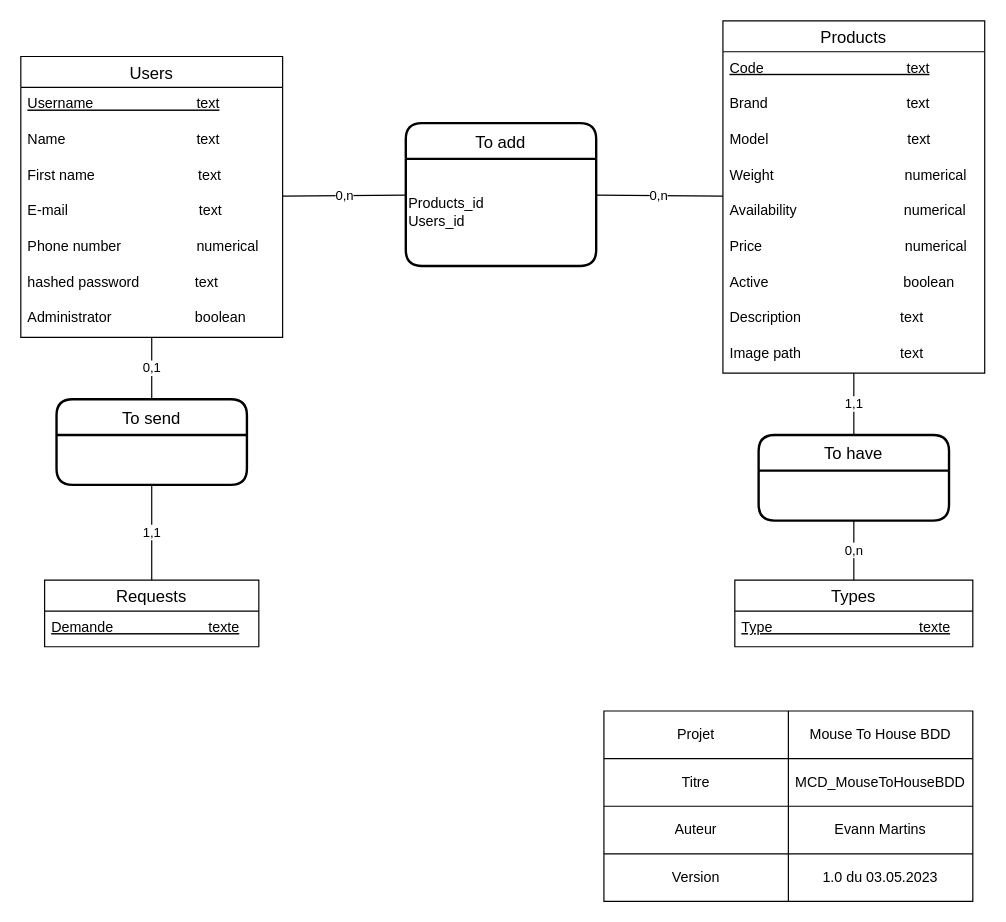
Above: Documentation/Annexe/MCD_MouseToHouseBDD.drawio in AlexMargotCPNV/Mouse-to-House-BDD (draw.io), before the change. Source tidied: cells renumbered, new cells numbered last; positions are measured from the earlier drawing's top-left corner, leaving out a move shared by most shapes. Both pictures are drawn from the tidied source at 119%, with x=0, y=0 at pixel (20, 20).
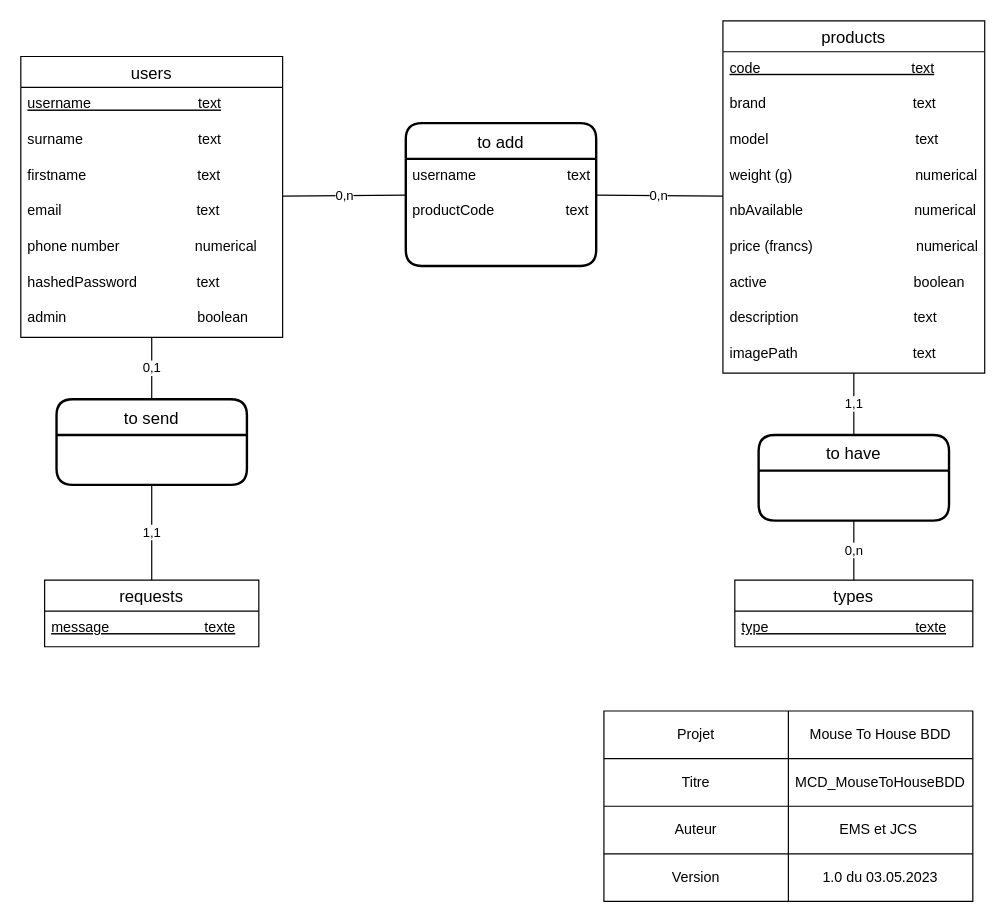
The same page after the edit.

Unchanged cells that the change refers to:
```xml
<mxCell id="41" style="shape=tableRow;horizontal=0;startSize=0;swimlaneHead=0;swimlaneBody=0;strokeColor=inherit;top=0;left=0;bottom=0;right=0;fillColor=none;" parent="34" vertex="1">
  <mxGeometry y="80" width="310" height="40" as="geometry" />
</mxCell>
```

The edit, as a diff of the source:
```diff
@@
-    <mxCell id="2" value="Types" style="swimlane;fontStyle=0;horizontal=1;startSize=26;align=center;fontSize=14;" parent="1" vertex="1">
+    <mxCell id="2" value="types" style="swimlane;fontStyle=0;horizontal=1;startSize=26;align=center;fontSize=14;" parent="1" vertex="1">
       <mxGeometry x="600" y="470" width="200" height="56" as="geometry" />
     </mxCell>
-    <mxCell id="3" value="Type                                     texte" style="text;strokeColor=none;fillColor=none;spacingLeft=4;spacingRight=4;overflow=hidden;fontSize=12;fontStyle=4;" parent="2" vertex="1">
+    <mxCell id="3" value="type                                     texte" style="text;strokeColor=none;fillColor=none;spacingLeft=4;spacingRight=4;overflow=hidden;fontSize=12;fontStyle=4;" parent="2" vertex="1">
       <mxGeometry y="26" width="200" height="30" as="geometry" />
     </mxCell>
-    <mxCell id="4" value="Products" style="swimlane;fontStyle=0;horizontal=1;startSize=26;align=center;fontSize=14;" parent="1" vertex="1">
+    <mxCell id="4" value="products" style="swimlane;fontStyle=0;horizontal=1;startSize=26;align=center;fontSize=14;" parent="1" vertex="1">
       <mxGeometry x="590" width="220" height="296" as="geometry" />
     </mxCell>
-    <mxCell id="5" value="Code                                    text" style="text;strokeColor=none;fillColor=none;spacingLeft=4;spacingRight=4;overflow=hidden;fontSize=12;fontStyle=4;" parent="4" vertex="1">
+    <mxCell id="5" value="code                                      text" style="text;strokeColor=none;fillColor=none;spacingLeft=4;spacingRight=4;overflow=hidden;fontSize=12;fontStyle=4;" parent="4" vertex="1">
       <mxGeometry y="26" width="220" height="30" as="geometry" />
     </mxCell>
-    <mxCell id="6" value="Brand                                   text" style="text;strokeColor=none;fillColor=none;spacingLeft=4;spacingRight=4;overflow=hidden;fontSize=12;" parent="4" vertex="1">
+    <mxCell id="6" value="brand                                     text" style="text;strokeColor=none;fillColor=none;spacingLeft=4;spacingRight=4;overflow=hidden;fontSize=12;" parent="4" vertex="1">
       <mxGeometry y="56" width="220" height="30" as="geometry" />
     </mxCell>
-    <mxCell id="7" value="Model                                   text" style="text;strokeColor=none;fillColor=none;spacingLeft=4;spacingRight=4;overflow=hidden;fontSize=12;" parent="4" vertex="1">
+    <mxCell id="7" value="model                                     text" style="text;strokeColor=none;fillColor=none;spacingLeft=4;spacingRight=4;overflow=hidden;fontSize=12;" parent="4" vertex="1">
       <mxGeometry y="86" width="220" height="30" as="geometry" />
     </mxCell>
-    <mxCell id="8" value="Weight                                 numerical" style="text;strokeColor=none;fillColor=none;spacingLeft=4;spacingRight=4;overflow=hidden;fontSize=12;" parent="4" vertex="1">
+    <mxCell id="8" value="weight (g)                               numerical" style="text;strokeColor=none;fillColor=none;spacingLeft=4;spacingRight=4;overflow=hidden;fontSize=12;" parent="4" vertex="1">
       <mxGeometry y="116" width="220" height="30" as="geometry" />
     </mxCell>
-    <mxCell id="9" value="Availability                           numerical" style="text;strokeColor=none;fillColor=none;spacingLeft=4;spacingRight=4;overflow=hidden;fontSize=12;" parent="4" vertex="1">
+    <mxCell id="9" value="nbAvailable                            numerical" style="text;strokeColor=none;fillColor=none;spacingLeft=4;spacingRight=4;overflow=hidden;fontSize=12;" parent="4" vertex="1">
       <mxGeometry y="146" width="220" height="30" as="geometry" />
     </mxCell>
-    <mxCell id="10" value="Price                                    numerical" style="text;strokeColor=none;fillColor=none;spacingLeft=4;spacingRight=4;overflow=hidden;fontSize=12;" parent="4" vertex="1">
+    <mxCell id="10" value="price (francs)                          numerical" style="text;strokeColor=none;fillColor=none;spacingLeft=4;spacingRight=4;overflow=hidden;fontSize=12;" parent="4" vertex="1">
       <mxGeometry y="176" width="220" height="30" as="geometry" />
     </mxCell>
-    <mxCell id="11" value="Active                                  boolean" style="text;strokeColor=none;fillColor=none;spacingLeft=4;spacingRight=4;overflow=hidden;fontSize=12;" parent="4" vertex="1">
+    <mxCell id="11" value="active                                     boolean" style="text;strokeColor=none;fillColor=none;spacingLeft=4;spacingRight=4;overflow=hidden;fontSize=12;" parent="4" vertex="1">
       <mxGeometry y="206" width="220" height="30" as="geometry" />
     </mxCell>
-    <mxCell id="12" value="Description                         text" style="text;strokeColor=none;fillColor=none;spacingLeft=4;spacingRight=4;overflow=hidden;fontSize=12;" parent="4" vertex="1">
+    <mxCell id="12" value="description                             text" style="text;strokeColor=none;fillColor=none;spacingLeft=4;spacingRight=4;overflow=hidden;fontSize=12;" parent="4" vertex="1">
       <mxGeometry y="236" width="220" height="30" as="geometry" />
     </mxCell>
-    <mxCell id="13" value="Image path                         text" style="text;strokeColor=none;fillColor=none;spacingLeft=4;spacingRight=4;overflow=hidden;fontSize=12;" parent="4" vertex="1">
+    <mxCell id="13" value="imagePath                             text" style="text;strokeColor=none;fillColor=none;spacingLeft=4;spacingRight=4;overflow=hidden;fontSize=12;" parent="4" vertex="1">
       <mxGeometry y="266" width="220" height="30" as="geometry" />
     </mxCell>
-    <mxCell id="14" value="Requests" style="swimlane;fontStyle=0;horizontal=1;startSize=26;align=center;fontSize=14;" parent="1" vertex="1">
+    <mxCell id="14" value="requests" style="swimlane;fontStyle=0;horizontal=1;startSize=26;align=center;fontSize=14;" parent="1" vertex="1">
       <mxGeometry x="20" y="470" width="180" height="56" as="geometry" />
     </mxCell>
-    <mxCell id="15" value="Demande                        texte" style="text;strokeColor=none;fillColor=none;spacingLeft=4;spacingRight=4;overflow=hidden;fontSize=12;fontStyle=4;" parent="14" vertex="1">
+    <mxCell id="15" value="message                        texte" style="text;strokeColor=none;fillColor=none;spacingLeft=4;spacingRight=4;overflow=hidden;fontSize=12;fontStyle=4;" parent="14" vertex="1">
       <mxGeometry y="26" width="180" height="30" as="geometry" />
     </mxCell>
-    <mxCell id="16" value="Users" style="swimlane;fontStyle=0;horizontal=1;startSize=26;align=center;fontSize=14;" parent="1" vertex="1">
+    <mxCell id="16" value="users" style="swimlane;fontStyle=0;horizontal=1;startSize=26;align=center;fontSize=14;" parent="1" vertex="1">
       <mxGeometry y="30" width="220" height="236" as="geometry" />
     </mxCell>
-    <mxCell id="17" value="Username                          text" style="text;strokeColor=none;fillColor=none;spacingLeft=4;spacingRight=4;overflow=hidden;fontSize=12;fontStyle=4;" parent="16" vertex="1">
+    <mxCell id="17" value="username                           text" style="text;strokeColor=none;fillColor=none;spacingLeft=4;spacingRight=4;overflow=hidden;fontSize=12;fontStyle=4;" parent="16" vertex="1">
       <mxGeometry y="26" width="220" height="30" as="geometry" />
     </mxCell>
-    <mxCell id="18" value="Name                                 text" style="text;strokeColor=none;fillColor=none;spacingLeft=4;spacingRight=4;overflow=hidden;fontSize=12;" parent="16" vertex="1">
+    <mxCell id="18" value="surname                             text" style="text;strokeColor=none;fillColor=none;spacingLeft=4;spacingRight=4;overflow=hidden;fontSize=12;" parent="16" vertex="1">
       <mxGeometry y="56" width="220" height="30" as="geometry" />
     </mxCell>
-    <mxCell id="19" value="First name                          text" style="text;strokeColor=none;fillColor=none;spacingLeft=4;spacingRight=4;overflow=hidden;fontSize=12;" parent="16" vertex="1">
+    <mxCell id="19" value="firstname                            text" style="text;strokeColor=none;fillColor=none;spacingLeft=4;spacingRight=4;overflow=hidden;fontSize=12;" parent="16" vertex="1">
       <mxGeometry y="86" width="220" height="30" as="geometry" />
     </mxCell>
-    <mxCell id="20" value="E-mail                                 text" style="text;strokeColor=none;fillColor=none;spacingLeft=4;spacingRight=4;overflow=hidden;fontSize=12;" parent="16" vertex="1">
+    <mxCell id="20" value="email                                  text" style="text;strokeColor=none;fillColor=none;spacingLeft=4;spacingRight=4;overflow=hidden;fontSize=12;" parent="16" vertex="1">
       <mxGeometry y="116" width="220" height="30" as="geometry" />
     </mxCell>
-    <mxCell id="21" value="Phone number                   numerical" style="text;strokeColor=none;fillColor=none;spacingLeft=4;spacingRight=4;overflow=hidden;fontSize=12;" parent="16" vertex="1">
+    <mxCell id="21" value="phone number                   numerical" style="text;strokeColor=none;fillColor=none;spacingLeft=4;spacingRight=4;overflow=hidden;fontSize=12;" parent="16" vertex="1">
       <mxGeometry y="146" width="220" height="30" as="geometry" />
     </mxCell>
-    <mxCell id="22" value="hashed password              text" style="text;strokeColor=none;fillColor=none;spacingLeft=4;spacingRight=4;overflow=hidden;fontSize=12;" parent="16" vertex="1">
+    <mxCell id="22" value="hashedPassword               text" style="text;strokeColor=none;fillColor=none;spacingLeft=4;spacingRight=4;overflow=hidden;fontSize=12;" parent="16" vertex="1">
       <mxGeometry y="176" width="220" height="30" as="geometry" />
     </mxCell>
-    <mxCell id="23" value="Administrator                     boolean" style="text;strokeColor=none;fillColor=none;spacingLeft=4;spacingRight=4;overflow=hidden;fontSize=12;" parent="16" vertex="1">
+    <mxCell id="23" value="admin                                 boolean" style="text;strokeColor=none;fillColor=none;spacingLeft=4;spacingRight=4;overflow=hidden;fontSize=12;" parent="16" vertex="1">
       <mxGeometry y="206" width="220" height="30" as="geometry" />
     </mxCell>
-    <mxCell id="24" value="To send" style="swimlane;horizontal=1;startSize=30;rounded=1;fontSize=14;fontStyle=0;strokeWidth=2;shadow=0;dashed=0;align=center;" parent="1" vertex="1">
+    <mxCell id="24" value="to send" style="swimlane;horizontal=1;startSize=30;rounded=1;fontSize=14;fontStyle=0;strokeWidth=2;shadow=0;dashed=0;align=center;" parent="1" vertex="1">
       <mxGeometry x="30" y="318" width="160" height="72" as="geometry" />
     </mxCell>
@@
-    <mxCell id="27" value="To have" style="swimlane;horizontal=1;startSize=30;rounded=1;fontSize=14;fontStyle=0;strokeWidth=2;shadow=0;dashed=0;align=center;" parent="1" vertex="1">
+    <mxCell id="27" value="to have" style="swimlane;horizontal=1;startSize=30;rounded=1;fontSize=14;fontStyle=0;strokeWidth=2;shadow=0;dashed=0;align=center;" parent="1" vertex="1">
       <mxGeometry x="620" y="348" width="160" height="72" as="geometry" />
     </mxCell>
@@
-    <mxCell id="30" value="To add" style="swimlane;horizontal=1;startSize=30;rounded=1;fontSize=14;fontStyle=0;strokeWidth=2;shadow=0;dashed=0;align=center;" parent="1" vertex="1">
+    <mxCell id="30" value="to add" style="swimlane;horizontal=1;startSize=30;rounded=1;fontSize=14;fontStyle=0;strokeWidth=2;shadow=0;dashed=0;align=center;" parent="1" vertex="1">
       <mxGeometry x="323.5" y="86" width="160" height="120" as="geometry" />
     </mxCell>
-    <mxCell id="31" value="Products_id&lt;br&gt;Users_id" style="text;html=1;align=left;verticalAlign=middle;strokeColor=none;fillColor=none;labelPosition=center;verticalLabelPosition=middle;" parent="30" vertex="1">
-      <mxGeometry y="30" width="160" height="90" as="geometry" />
-    </mxCell>
+    <mxCell id="47" value="username                       text" style="text;strokeColor=none;fillColor=none;spacingLeft=4;spacingRight=4;overflow=hidden;fontSize=12;" parent="30" vertex="1">
+      <mxGeometry y="30" width="160" height="30" as="geometry" />
+    </mxCell>
+    <mxCell id="48" value="productCode                  text" style="text;strokeColor=none;fillColor=none;spacingLeft=4;spacingRight=4;overflow=hidden;fontSize=12;" parent="30" vertex="1">
+      <mxGeometry y="60" width="160" height="60" as="geometry" />
+    </mxCell>
@@
-    <mxCell id="43" value="Evann Martins" style="shape=partialRectangle;html=1;whiteSpace=wrap;strokeColor=inherit;overflow=hidden;fillColor=none;top=0;left=0;bottom=0;right=0;" parent="41" vertex="1">
+    <mxCell id="43" value="EMS et JCS&amp;nbsp;" style="shape=partialRectangle;html=1;whiteSpace=wrap;strokeColor=inherit;overflow=hidden;fillColor=none;top=0;left=0;bottom=0;right=0;" parent="41" vertex="1">
       <mxGeometry x="155" width="155" height="40" as="geometry" />
     </mxCell>
```
